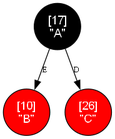
This is arvore_rn.png from RichterV/estrutura_de_dados_II_ARVORES, a Graphviz export, as it was before one commit. Its source is kept beside it as arvore_rn.dot.
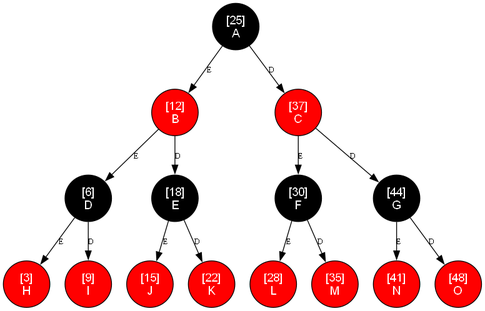
The same diagram one commit later.

What changed in the source:
```diff
@@ -2,9 +2,33 @@
     node [shape=circle fontname="Helvetica"];
     graph [ordering="out"];
     edge [fontsize=10];
-    17 [label="[17]\n\"A\"" style=filled fillcolor=black fontcolor=white];
-    10 [label="[10]\n\"B\"" style=filled fillcolor=red fontcolor=white];
-    26 [label="[26]\n\"C\"" style=filled fillcolor=red fontcolor=white];
-    17 -> 10 [label="E"];
-    17 -> 26 [label="D"];
+    25 [label="[25]\nA" style=filled fillcolor=black fontcolor=white];
+    12 [label="[12]\nB" style=filled fillcolor=red fontcolor=white];
+    6 [label="[6]\nD" style=filled fillcolor=black fontcolor=white];
+    3 [label="[3]\nH" style=filled fillcolor=red fontcolor=white];
+    9 [label="[9]\nI" style=filled fillcolor=red fontcolor=white];
+    18 [label="[18]\nE" style=filled fillcolor=black fontcolor=white];
+    15 [label="[15]\nJ" style=filled fillcolor=red fontcolor=white];
+    22 [label="[22]\nK" style=filled fillcolor=red fontcolor=white];
+    37 [label="[37]\nC" style=filled fillcolor=red fontcolor=white];
+    30 [label="[30]\nF" style=filled fillcolor=black fontcolor=white];
+    28 [label="[28]\nL" style=filled fillcolor=red fontcolor=white];
+    35 [label="[35]\nM" style=filled fillcolor=red fontcolor=white];
+    44 [label="[44]\nG" style=filled fillcolor=black fontcolor=white];
+    41 [label="[41]\nN" style=filled fillcolor=red fontcolor=white];
+    48 [label="[48]\nO" style=filled fillcolor=red fontcolor=white];
+    25 -> 12 [label="E"];
+    25 -> 37 [label="D"];
+    12 -> 6 [label="E"];
+    12 -> 18 [label="D"];
+    6 -> 3 [label="E"];
+    6 -> 9 [label="D"];
+    18 -> 15 [label="E"];
+    18 -> 22 [label="D"];
+    37 -> 30 [label="E"];
+    37 -> 44 [label="D"];
+    30 -> 28 [label="E"];
+    30 -> 35 [label="D"];
+    44 -> 41 [label="E"];
+    44 -> 48 [label="D"];
 }
```
